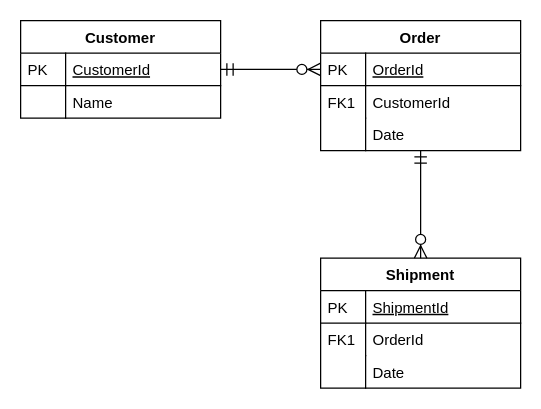
This is ScoreDB.drawio from lry198010/rbttda, a draw.io file, before an edit. Source tidied: cells renumbered, new cells numbered last; positions are measured from the earlier drawing's top-left corner, leaving out a move shared by most shapes. Both pictures are drawn from the tidied source at 125%, with x=0, y=0 at pixel (20, 20).
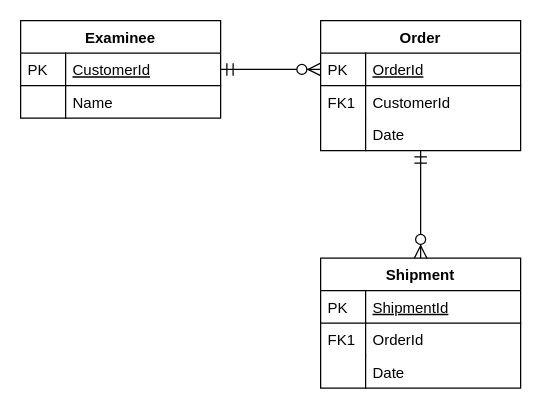
After the change.

What changed in the source:
```diff
@@
-    <mxCell id="2" value="Customer" style="swimlane;fontStyle=1;horizontal=1;startSize=26;rounded=0;shadow=0;strokeWidth=1;" parent="1" vertex="1">
+    <mxCell id="2" value="Examinee" style="swimlane;fontStyle=1;horizontal=1;startSize=26;rounded=0;shadow=0;strokeWidth=1;" parent="1" vertex="1">
       <mxGeometry width="160" height="78" as="geometry" />
     </mxCell>
```
